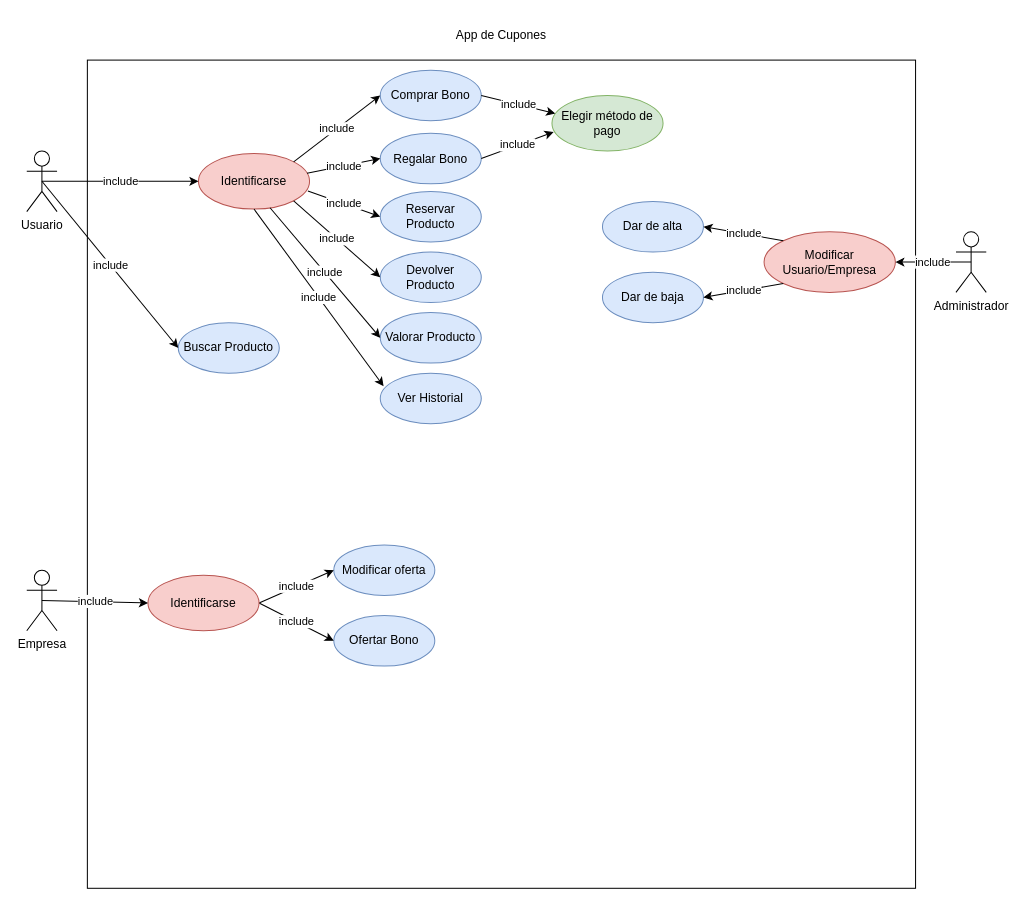
This is Diagrama Groupon.drawio from vmcabreu/calculoarea, a draw.io file, before an edit. Source tidied: cells renumbered, new cells numbered last; positions are measured from the earlier drawing's top-left corner, leaving out a move shared by most shapes. Both pictures are drawn from the tidied source at 101%, with x=0, y=0 at pixel (26, 60).
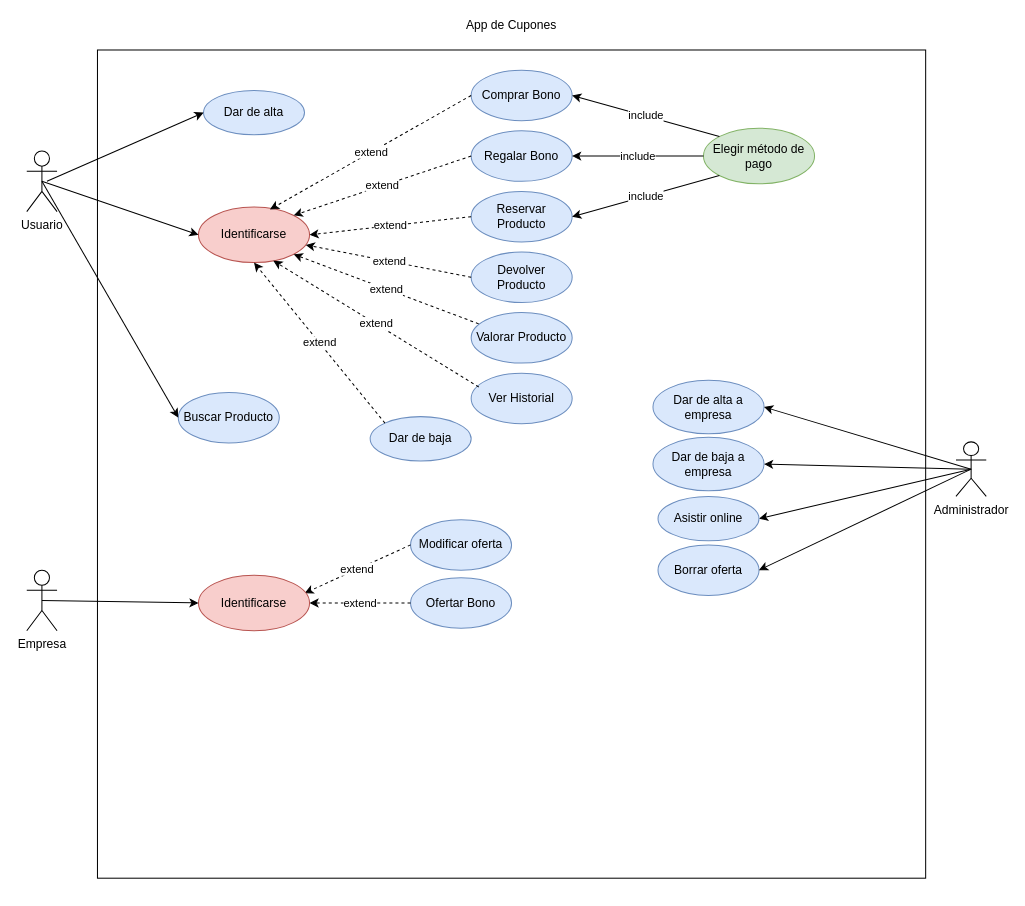
Above is the later version.

Unchanged cells that the change refers to:
```xml
<mxCell id="4" value="&lt;div&gt;Usuario&lt;/div&gt;" style="shape=umlActor;verticalLabelPosition=bottom;verticalAlign=top;html=1;outlineConnect=0;fillColor=none;" parent="1" vertex="1">
  <mxGeometry y="90" width="30" height="60" as="geometry" />
</mxCell>
<mxCell id="5" value="&lt;div&gt;Empresa&lt;/div&gt;&lt;div&gt;&lt;br&gt;&lt;/div&gt;" style="shape=umlActor;verticalLabelPosition=bottom;verticalAlign=top;html=1;outlineConnect=0;fillColor=none;" parent="1" vertex="1">
  <mxGeometry y="505" width="30" height="60" as="geometry" />
</mxCell>
```

Change to the diagram source:
```diff
@@
     <mxCell id="2" value="&lt;div&gt;App de Cupones&lt;/div&gt;&lt;div&gt;&lt;br&gt;&lt;/div&gt;" style="whiteSpace=wrap;html=1;fillColor=none;labelPosition=center;verticalLabelPosition=top;align=center;verticalAlign=bottom;" parent="1" vertex="1">
-      <mxGeometry x="60" width="820" height="820" as="geometry" />
+      <mxGeometry x="70" y="-10" width="820" height="820" as="geometry" />
     </mxCell>
     <mxCell id="3" value="&lt;div&gt;Comprar Bono&lt;/div&gt;" style="ellipse;whiteSpace=wrap;html=1;fillColor=#dae8fc;strokeColor=#6c8ebf;" parent="1" vertex="1">
-      <mxGeometry x="350" y="10" width="100" height="50" as="geometry" />
+      <mxGeometry x="440" y="10" width="100" height="50" as="geometry" />
     </mxCell>
@@
     <mxCell id="6" value="&lt;div&gt;Administrador&lt;/div&gt;" style="shape=umlActor;verticalLabelPosition=bottom;verticalAlign=top;html=1;outlineConnect=0;fillColor=none;" parent="1" vertex="1">
-      <mxGeometry x="920" y="170" width="30" height="60" as="geometry" />
+      <mxGeometry x="920" y="378" width="30" height="54" as="geometry" />
     </mxCell>
     <mxCell id="7" value="Regalar Bono" style="ellipse;whiteSpace=wrap;html=1;fillColor=#dae8fc;strokeColor=#6c8ebf;" parent="1" vertex="1">
-      <mxGeometry x="350" y="72.5" width="100" height="50" as="geometry" />
+      <mxGeometry x="440" y="70" width="100" height="50" as="geometry" />
     </mxCell>
     <mxCell id="8" value="Ofertar Bono" style="ellipse;whiteSpace=wrap;html=1;fillColor=#dae8fc;strokeColor=#6c8ebf;" parent="1" vertex="1">
-      <mxGeometry x="304" y="550" width="100" height="50" as="geometry" />
+      <mxGeometry x="380" y="512.5" width="100" height="50" as="geometry" />
     </mxCell>
     <mxCell id="9" value="&lt;div&gt;Buscar Producto&lt;/div&gt;" style="ellipse;whiteSpace=wrap;html=1;fillColor=#dae8fc;strokeColor=#6c8ebf;" parent="1" vertex="1">
-      <mxGeometry x="150" y="260" width="100" height="50" as="geometry" />
+      <mxGeometry x="150" y="329" width="100" height="50" as="geometry" />
     </mxCell>
     <mxCell id="10" value="Reservar Producto" style="ellipse;whiteSpace=wrap;html=1;fillColor=#dae8fc;strokeColor=#6c8ebf;" parent="1" vertex="1">
-      <mxGeometry x="350" y="130" width="100" height="50" as="geometry" />
+      <mxGeometry x="440" y="130" width="100" height="50" as="geometry" />
     </mxCell>
     <mxCell id="11" value="Devolver Producto" style="ellipse;whiteSpace=wrap;html=1;fillColor=#dae8fc;strokeColor=#6c8ebf;" parent="1" vertex="1">
-      <mxGeometry x="350" y="190" width="100" height="50" as="geometry" />
+      <mxGeometry x="440" y="190" width="100" height="50" as="geometry" />
     </mxCell>
     <mxCell id="12" value="Valorar Producto" style="ellipse;whiteSpace=wrap;html=1;fillColor=#dae8fc;strokeColor=#6c8ebf;" parent="1" vertex="1">
-      <mxGeometry x="350" y="250" width="100" height="50" as="geometry" />
+      <mxGeometry x="440" y="250" width="100" height="50" as="geometry" />
     </mxCell>
     <mxCell id="13" value="Modificar oferta" style="ellipse;whiteSpace=wrap;html=1;fillColor=#dae8fc;strokeColor=#6c8ebf;" parent="1" vertex="1">
-      <mxGeometry x="304" y="480" width="100" height="50" as="geometry" />
+      <mxGeometry x="380" y="455" width="100" height="50" as="geometry" />
     </mxCell>
-    <mxCell id="14" value="Dar de alta" style="ellipse;whiteSpace=wrap;html=1;fillColor=#dae8fc;strokeColor=#6c8ebf;" parent="1" vertex="1">
-      <mxGeometry x="570" y="140" width="100" height="50" as="geometry" />
+    <mxCell id="14" value="Dar de alta a empresa" style="ellipse;whiteSpace=wrap;html=1;fillColor=#dae8fc;strokeColor=#6c8ebf;" parent="1" vertex="1">
+      <mxGeometry x="620" y="317" width="110" height="53" as="geometry" />
     </mxCell>
-    <mxCell id="15" value="Dar de baja" style="ellipse;whiteSpace=wrap;html=1;fillColor=#dae8fc;strokeColor=#6c8ebf;" parent="1" vertex="1">
-      <mxGeometry x="570" y="210" width="100" height="50" as="geometry" />
+    <mxCell id="15" value="Dar de baja a empresa" style="ellipse;whiteSpace=wrap;html=1;fillColor=#dae8fc;strokeColor=#6c8ebf;" parent="1" vertex="1">
+      <mxGeometry x="620" y="373.5" width="110" height="53" as="geometry" />
     </mxCell>
     <mxCell id="16" value="Elegir método de pago" style="ellipse;whiteSpace=wrap;html=1;fillColor=#d5e8d4;strokeColor=#82b366;" parent="1" vertex="1">
-      <mxGeometry x="520" y="35" width="110" height="55" as="geometry" />
+      <mxGeometry x="670" y="67.5" width="110" height="55" as="geometry" />
     </mxCell>
-    <mxCell id="17" value="Modificar Usuario/Empresa" style="ellipse;whiteSpace=wrap;html=1;fillColor=#f8cecc;strokeColor=#b85450;" parent="1" vertex="1">
-      <mxGeometry x="730" y="170" width="130" height="60" as="geometry" />
-    </mxCell>
-    <mxCell id="18" value="include" style="endArrow=classic;html=1;rounded=0;exitX=1;exitY=0.5;exitDx=0;exitDy=0;entryX=0;entryY=0.5;entryDx=0;entryDy=0;" parent="1" edge="1" source="31" target="13">
+    <mxCell id="18" value="extend" style="endArrow=classic;html=1;rounded=0;exitX=0;exitY=0.5;exitDx=0;exitDy=0;entryX=0.955;entryY=0.324;entryDx=0;entryDy=0;dashed=1;entryPerimeter=0;" parent="1" edge="1" source="13" target="31">
       <mxGeometry relative="1" as="geometry" />
     </mxCell>
-    <mxCell id="19" value="include" style="endArrow=classic;html=1;rounded=0;exitX=1;exitY=0.5;exitDx=0;exitDy=0;entryX=0;entryY=0.5;entryDx=0;entryDy=0;" parent="1" edge="1" source="31" target="8">
+    <mxCell id="19" value="extend" style="endArrow=classic;html=1;rounded=0;exitX=0;exitY=0.5;exitDx=0;exitDy=0;entryX=1;entryY=0.5;entryDx=0;entryDy=0;dashed=1;" parent="1" edge="1" source="8" target="31">
       <mxGeometry relative="1" as="geometry" />
     </mxCell>
     <mxCell id="20" value="Identificarse" style="ellipse;whiteSpace=wrap;html=1;fillColor=#f8cecc;strokeColor=#b85450;" parent="1" vertex="1">
-      <mxGeometry x="170" y="92.5" width="110" height="55" as="geometry" />
+      <mxGeometry x="170" y="145.5" width="110" height="55" as="geometry" />
     </mxCell>
-    <mxCell id="21" value="include" style="endArrow=classic;html=1;rounded=0;exitX=1;exitY=0;exitDx=0;exitDy=0;entryX=0;entryY=0.5;entryDx=0;entryDy=0;" parent="1" edge="1" source="20" target="3">
+    <mxCell id="21" value="extend" style="endArrow=classic;html=1;rounded=0;entryX=0.644;entryY=0.042;entryDx=0;entryDy=0;dashed=1;entryPerimeter=0;exitX=0;exitY=0.5;exitDx=0;exitDy=0;" parent="1" edge="1" source="3" target="20">
       <mxGeometry relative="1" as="geometry" />
     </mxCell>
-    <mxCell id="22" value="include" style="endArrow=classic;html=1;rounded=0;exitX=0.977;exitY=0.355;exitDx=0;exitDy=0;entryX=0;entryY=0.5;entryDx=0;entryDy=0;exitPerimeter=0;" parent="1" edge="1" source="20" target="7">
+    <mxCell id="22" value="extend" style="endArrow=classic;html=1;rounded=0;exitX=0;exitY=0.5;exitDx=0;exitDy=0;entryX=1;entryY=0;entryDx=0;entryDy=0;dashed=1;" parent="1" edge="1" source="7" target="20">
       <mxGeometry relative="1" as="geometry" />
     </mxCell>
-    <mxCell id="23" value="include" style="endArrow=classic;html=1;rounded=0;exitX=0.985;exitY=0.673;exitDx=0;exitDy=0;entryX=0;entryY=0.5;entryDx=0;entryDy=0;exitPerimeter=0;" parent="1" edge="1" source="20" target="10">
+    <mxCell id="23" value="extend" style="endArrow=classic;html=1;rounded=0;exitX=0;exitY=0.5;exitDx=0;exitDy=0;entryX=1;entryY=0.5;entryDx=0;entryDy=0;dashed=1;" parent="1" edge="1" source="10" target="20">
       <mxGeometry relative="1" as="geometry" />
     </mxCell>
-    <mxCell id="24" value="include" style="endArrow=classic;html=1;rounded=0;exitX=1;exitY=1;exitDx=0;exitDy=0;entryX=0;entryY=0.5;entryDx=0;entryDy=0;" parent="1" edge="1" source="20" target="11">
+    <mxCell id="24" value="extend" style="endArrow=classic;html=1;rounded=0;exitX=0;exitY=0.5;exitDx=0;exitDy=0;dashed=1;" parent="1" edge="1" source="11" target="20">
       <mxGeometry relative="1" as="geometry" />
     </mxCell>
-    <mxCell id="25" value="include" style="endArrow=classic;html=1;rounded=0;exitX=0.644;exitY=0.976;exitDx=0;exitDy=0;entryX=0;entryY=0.5;entryDx=0;entryDy=0;exitPerimeter=0;" parent="1" edge="1" source="20" target="12">
+    <mxCell id="25" value="extend" style="endArrow=classic;html=1;rounded=0;exitX=0.075;exitY=0.223;exitDx=0;exitDy=0;exitPerimeter=0;dashed=1;entryX=1;entryY=1;entryDx=0;entryDy=0;" parent="1" edge="1" source="12" target="20">
       <mxGeometry relative="1" as="geometry" />
     </mxCell>
-    <mxCell id="26" value="include" style="endArrow=classic;html=1;rounded=0;exitX=0.5;exitY=0.5;exitDx=0;exitDy=0;entryX=0;entryY=0.5;entryDx=0;entryDy=0;exitPerimeter=0;" parent="1" edge="1" source="4" target="20">
+    <mxCell id="26" style="endArrow=classic;html=1;rounded=0;exitX=0.5;exitY=0.5;exitDx=0;exitDy=0;entryX=0;entryY=0.5;entryDx=0;entryDy=0;exitPerimeter=0;" parent="1" edge="1" source="4" target="20">
       <mxGeometry relative="1" as="geometry" />
     </mxCell>
-    <mxCell id="27" value="include" style="endArrow=classic;html=1;rounded=0;exitX=0.5;exitY=0.5;exitDx=0;exitDy=0;entryX=0;entryY=0.5;entryDx=0;entryDy=0;exitPerimeter=0;" parent="1" edge="1" source="4" target="9">
+    <mxCell id="27" style="endArrow=classic;html=1;rounded=0;exitX=0.5;exitY=0.5;exitDx=0;exitDy=0;entryX=0;entryY=0.5;entryDx=0;entryDy=0;exitPerimeter=0;" parent="1" edge="1" source="4" target="9">
       <mxGeometry relative="1" as="geometry" />
     </mxCell>
-    <mxCell id="28" value="include" style="endArrow=classic;html=1;rounded=0;exitX=1;exitY=0.5;exitDx=0;exitDy=0;entryX=0.015;entryY=0.658;entryDx=0;entryDy=0;entryPerimeter=0;" parent="1" edge="1" source="7" target="16">
+    <mxCell id="28" value="include" style="endArrow=classic;html=1;rounded=0;exitX=0;exitY=0.5;exitDx=0;exitDy=0;entryX=1;entryY=0.5;entryDx=0;entryDy=0;" parent="1" edge="1" source="16" target="7">
       <mxGeometry relative="1" as="geometry" />
     </mxCell>
-    <mxCell id="29" value="include" style="endArrow=classic;html=1;rounded=0;exitX=1;exitY=0.5;exitDx=0;exitDy=0;entryX=0.03;entryY=0.324;entryDx=0;entryDy=0;entryPerimeter=0;" parent="1" edge="1" source="3" target="16">
+    <mxCell id="29" value="include" style="endArrow=classic;html=1;rounded=0;exitX=0;exitY=0;exitDx=0;exitDy=0;entryX=1;entryY=0.5;entryDx=0;entryDy=0;" parent="1" edge="1" source="16" target="3">
       <mxGeometry relative="1" as="geometry" />
     </mxCell>
     <mxCell id="30" value="Ver Historial" style="ellipse;whiteSpace=wrap;html=1;fillColor=#dae8fc;strokeColor=#6c8ebf;" parent="1" vertex="1">
-      <mxGeometry x="350" y="310" width="100" height="50" as="geometry" />
+      <mxGeometry x="440" y="310" width="100" height="50" as="geometry" />
     </mxCell>
     <mxCell id="31" value="Identificarse" style="ellipse;whiteSpace=wrap;html=1;fillColor=#f8cecc;strokeColor=#b85450;" parent="1" vertex="1">
-      <mxGeometry x="120" y="510" width="110" height="55" as="geometry" />
+      <mxGeometry x="170" y="510" width="110" height="55" as="geometry" />
     </mxCell>
-    <mxCell id="32" value="include" style="endArrow=classic;html=1;rounded=0;exitX=0.5;exitY=1;exitDx=0;exitDy=0;entryX=0.033;entryY=0.257;entryDx=0;entryDy=0;entryPerimeter=0;" parent="1" edge="1" source="20" target="30">
+    <mxCell id="32" value="extend" style="endArrow=classic;html=1;rounded=0;exitX=0.075;exitY=0.273;exitDx=0;exitDy=0;dashed=1;exitPerimeter=0;entryX=0.674;entryY=0.967;entryDx=0;entryDy=0;entryPerimeter=0;" parent="1" edge="1" source="30" target="20">
       <mxGeometry relative="1" as="geometry" />
     </mxCell>
-    <mxCell id="33" value="include" style="endArrow=classic;html=1;rounded=0;exitX=0;exitY=0;exitDx=0;exitDy=0;entryX=1;entryY=0.5;entryDx=0;entryDy=0;" parent="1" edge="1" source="17" target="14">
-      <mxGeometry relative="1" as="geometry" />
-    </mxCell>
-    <mxCell id="34" value="include" style="endArrow=classic;html=1;rounded=0;exitX=0;exitY=1;exitDx=0;exitDy=0;entryX=1;entryY=0.5;entryDx=0;entryDy=0;" parent="1" edge="1" source="17" target="15">
-      <mxGeometry relative="1" as="geometry" />
-    </mxCell>
-    <mxCell id="35" value="include" style="endArrow=classic;html=1;rounded=0;exitX=0.5;exitY=0.5;exitDx=0;exitDy=0;entryX=1;entryY=0.5;entryDx=0;entryDy=0;exitPerimeter=0;" parent="1" edge="1" source="6" target="17">
+    <mxCell id="35" style="endArrow=classic;html=1;rounded=0;exitX=0.5;exitY=0.5;exitDx=0;exitDy=0;entryX=1;entryY=0.5;entryDx=0;entryDy=0;exitPerimeter=0;" parent="1" edge="1" source="6" target="14">
       <mxGeometry relative="1" as="geometry" />
     </mxCell>
-    <mxCell id="36" value="include" style="endArrow=classic;html=1;rounded=0;entryX=0;entryY=0.5;entryDx=0;entryDy=0;exitX=0.5;exitY=0.5;exitDx=0;exitDy=0;exitPerimeter=0;" parent="1" edge="1" source="5" target="31">
+    <mxCell id="36" style="endArrow=classic;html=1;rounded=0;entryX=0;entryY=0.5;entryDx=0;entryDy=0;exitX=0.5;exitY=0.5;exitDx=0;exitDy=0;exitPerimeter=0;" parent="1" edge="1" source="5" target="31">
       <mxGeometry relative="1" as="geometry" />
     </mxCell>
+    <mxCell id="34" value="include" style="endArrow=classic;html=1;rounded=0;exitX=0;exitY=1;exitDx=0;exitDy=0;entryX=1;entryY=0.5;entryDx=0;entryDy=0;" parent="1" edge="1" source="16" target="10">
+      <mxGeometry relative="1" as="geometry" />
+    </mxCell>
+    <mxCell id="37" style="endArrow=classic;html=1;rounded=0;exitX=0.5;exitY=0.5;exitDx=0;exitDy=0;exitPerimeter=0;entryX=1;entryY=0.5;entryDx=0;entryDy=0;" parent="1" edge="1" source="6" target="38">
+      <mxGeometry relative="1" as="geometry" />
+    </mxCell>
+    <mxCell id="38" value="Asistir online" style="ellipse;whiteSpace=wrap;html=1;fillColor=#dae8fc;strokeColor=#6c8ebf;" parent="1" vertex="1">
+      <mxGeometry x="625" y="432" width="100" height="44" as="geometry" />
+    </mxCell>
+    <mxCell id="39" value="Borrar oferta" style="ellipse;whiteSpace=wrap;html=1;fillColor=#dae8fc;strokeColor=#6c8ebf;" parent="1" vertex="1">
+      <mxGeometry x="625" y="480" width="100" height="50" as="geometry" />
+    </mxCell>
+    <mxCell id="40" value="&lt;div&gt;&lt;br&gt;&lt;/div&gt;" style="endArrow=classic;html=1;rounded=0;exitX=0.5;exitY=0.5;exitDx=0;exitDy=0;entryX=1;entryY=0.5;entryDx=0;entryDy=0;exitPerimeter=0;" parent="1" edge="1" source="6" target="39">
+      <mxGeometry relative="1" as="geometry" />
+    </mxCell>
+    <mxCell id="41" value="Dar de alta" style="ellipse;whiteSpace=wrap;html=1;fillColor=#dae8fc;strokeColor=#6c8ebf;" parent="1" vertex="1">
+      <mxGeometry x="175" y="30" width="100" height="44" as="geometry" />
+    </mxCell>
+    <mxCell id="42" style="endArrow=classic;html=1;rounded=0;entryX=0;entryY=0.5;entryDx=0;entryDy=0;" parent="1" edge="1" target="41">
+      <mxGeometry relative="1" as="geometry">
+        <mxPoint x="20" y="120" as="sourcePoint" />
+      </mxGeometry>
+    </mxCell>
+    <mxCell id="43" value="Dar de baja" style="ellipse;whiteSpace=wrap;html=1;fillColor=#dae8fc;strokeColor=#6c8ebf;" parent="1" vertex="1">
+      <mxGeometry x="340" y="353" width="100" height="44" as="geometry" />
+    </mxCell>
+    <mxCell id="44" value="extend" style="endArrow=classic;html=1;rounded=0;exitX=0;exitY=0;exitDx=0;exitDy=0;dashed=1;entryX=0.5;entryY=1;entryDx=0;entryDy=0;" parent="1" edge="1" source="43" target="20">
+      <mxGeometry relative="1" as="geometry" />
+    </mxCell>
+    <mxCell id="45" style="endArrow=classic;html=1;rounded=0;exitX=0.5;exitY=0.5;exitDx=0;exitDy=0;entryX=1;entryY=0.5;entryDx=0;entryDy=0;exitPerimeter=0;" parent="1" edge="1" source="6" target="15">
+      <mxGeometry relative="1" as="geometry" />
+    </mxCell>
```
